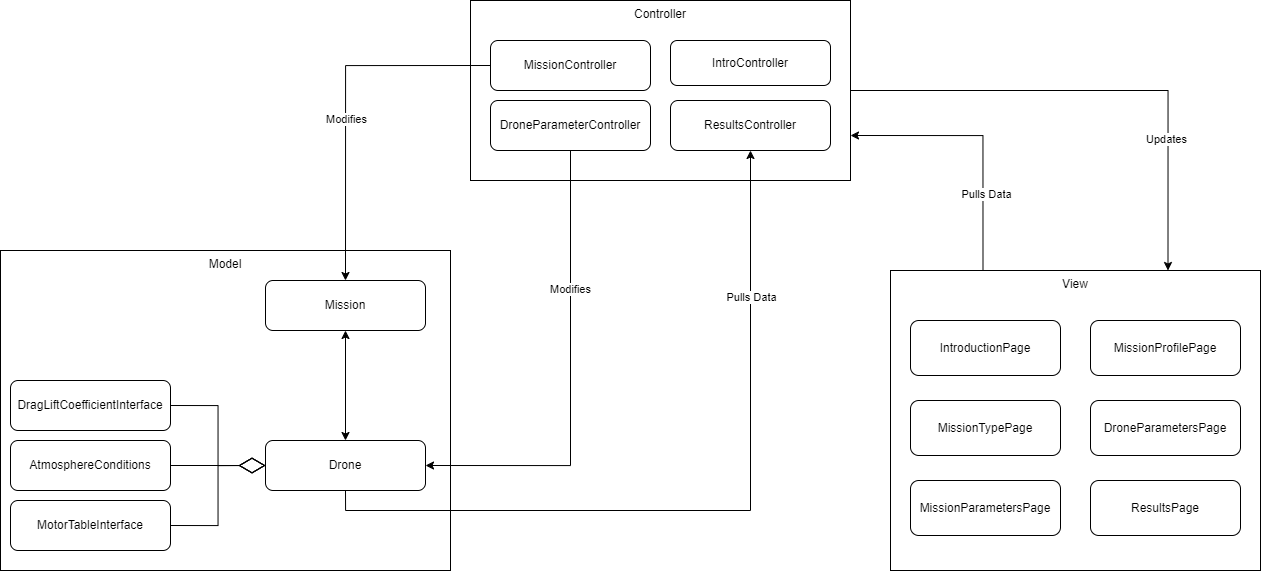
Above: docs/High Level Architecture.drawio.png in Hesham-E/DroneAnalysisApp (draw.io), before the change. Source tidied: cells renumbered, new cells last; positions are measured from the earlier drawing's top-left corner, leaving out a move shared by most shapes.
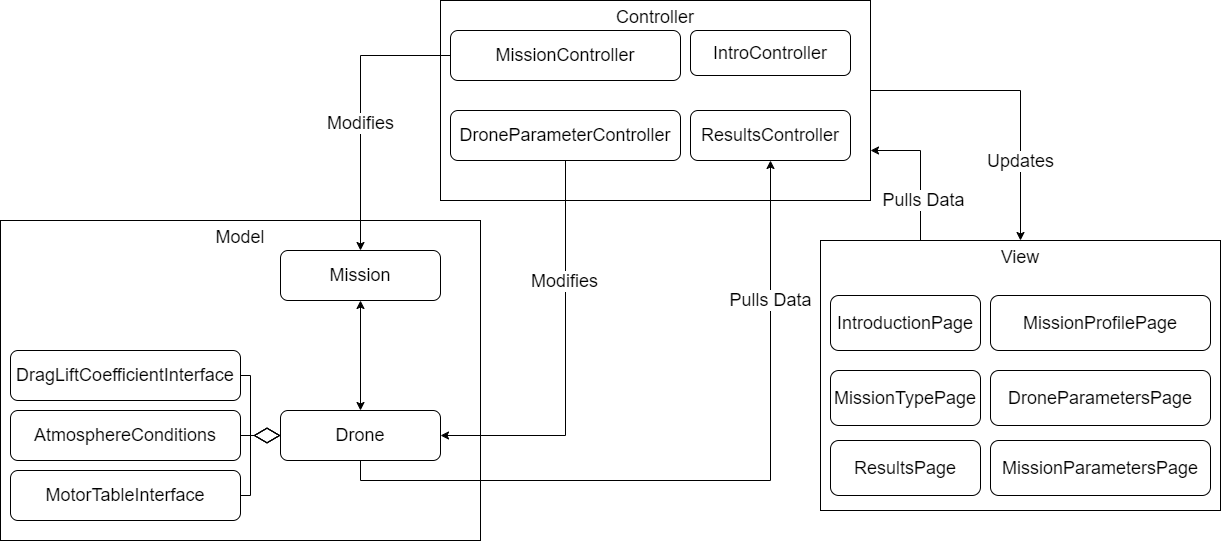
After the change.

The edit, as a diff of the source:
```diff
@@ -2,109 +2,123 @@
   <root>
     <mxCell id="0" />
     <mxCell id="1" parent="0" />
-    <mxCell id="2" style="edgeStyle=orthogonalEdgeStyle;rounded=0;jettySize=auto;html=1;entryX=0.75;entryY=0;entryDx=0;entryDy=0;" parent="1" edge="1" source="4" target="21">
-      <mxGeometry relative="1" as="geometry" />
+    <mxCell id="2" style="edgeStyle=orthogonalEdgeStyle;rounded=0;jettySize=auto;html=1;entryX=0.5;entryY=0;entryDx=0;entryDy=0;" parent="1" edge="1" source="4" target="21">
+      <mxGeometry relative="1" as="geometry">
+        <Array as="points">
+          <mxPoint x="1040" y="120" />
+        </Array>
+      </mxGeometry>
     </mxCell>
-    <mxCell id="3" value="Updates" style="edgeLabel;html=1;align=center;verticalAlign=middle;" parent="2" vertex="1">
+    <mxCell id="3" value="&lt;font style=&quot;font-size: 18px;&quot;&gt;Updates&lt;/font&gt;" style="edgeLabel;html=1;align=center;verticalAlign=middle;" parent="2" vertex="1">
       <mxGeometry x="0.47" y="1" relative="1" as="geometry">
-        <mxPoint x="-3" as="offset" />
+        <mxPoint x="-1" as="offset" />
       </mxGeometry>
     </mxCell>
-    <mxCell id="4" value="Controller" style="rounded=0;whiteSpace=wrap;html=1;verticalAlign=top;" parent="1" vertex="1">
-      <mxGeometry x="470" width="380" height="180" as="geometry" />
+    <mxCell id="4" value="&lt;font style=&quot;font-size: 18px;&quot;&gt;Controller&lt;/font&gt;" style="rounded=0;whiteSpace=wrap;html=1;verticalAlign=top;" parent="1" vertex="1">
+      <mxGeometry x="460" y="30" width="430" height="200" as="geometry" />
     </mxCell>
-    <mxCell id="5" value="Model" style="rounded=0;whiteSpace=wrap;html=1;verticalAlign=top;" parent="1" vertex="1">
-      <mxGeometry y="250" width="450" height="320" as="geometry" />
+    <mxCell id="5" value="&lt;font style=&quot;font-size: 18px;&quot;&gt;Model&lt;/font&gt;" style="rounded=0;whiteSpace=wrap;html=1;verticalAlign=top;" parent="1" vertex="1">
+      <mxGeometry x="20" y="250" width="480" height="320" as="geometry" />
     </mxCell>
     <mxCell id="6" style="edgeStyle=orthogonalEdgeStyle;rounded=0;jettySize=auto;html=1;exitX=0.5;exitY=1;exitDx=0;exitDy=0;" parent="1" edge="1" source="8" target="18">
       <mxGeometry relative="1" as="geometry" />
     </mxCell>
-    <mxCell id="7" value="Pulls Data" style="edgeLabel;html=1;align=center;verticalAlign=middle;" parent="6" vertex="1">
+    <mxCell id="7" value="&lt;font style=&quot;font-size: 18px;&quot;&gt;Pulls Data&lt;/font&gt;" style="edgeLabel;html=1;align=center;verticalAlign=middle;" parent="6" vertex="1">
       <mxGeometry x="0.63" y="-4" relative="1" as="geometry">
         <mxPoint x="-4" as="offset" />
       </mxGeometry>
     </mxCell>
-    <mxCell id="8" value="Drone" style="rounded=1;whiteSpace=wrap;html=1;" parent="1" vertex="1">
-      <mxGeometry x="265" y="440" width="160" height="50" as="geometry" />
+    <mxCell id="8" value="&lt;font style=&quot;font-size: 18px;&quot;&gt;Drone&lt;/font&gt;" style="rounded=1;whiteSpace=wrap;html=1;" parent="1" vertex="1">
+      <mxGeometry x="300" y="440" width="160" height="50" as="geometry" />
     </mxCell>
-    <mxCell id="9" value="AtmosphereConditions" style="rounded=1;whiteSpace=wrap;html=1;" parent="1" vertex="1">
-      <mxGeometry x="10" y="440" width="160" height="50" as="geometry" />
+    <mxCell id="9" value="&lt;font style=&quot;font-size: 18px;&quot;&gt;AtmosphereConditions&lt;/font&gt;" style="rounded=1;whiteSpace=wrap;html=1;" parent="1" vertex="1">
+      <mxGeometry x="30" y="440" width="230" height="50" as="geometry" />
     </mxCell>
-    <mxCell id="10" value="DragLiftCoefficientInterface" style="rounded=1;whiteSpace=wrap;html=1;" parent="1" vertex="1">
-      <mxGeometry x="10" y="380" width="160" height="50" as="geometry" />
+    <mxCell id="10" value="&lt;font style=&quot;font-size: 18px;&quot;&gt;DragLiftCoefficientInterface&lt;/font&gt;" style="rounded=1;whiteSpace=wrap;html=1;" parent="1" vertex="1">
+      <mxGeometry x="30" y="380" width="230" height="50" as="geometry" />
     </mxCell>
     <mxCell id="11" style="edgeStyle=orthogonalEdgeStyle;rounded=0;jettySize=auto;html=1;entryX=0.5;entryY=0;entryDx=0;entryDy=0;endArrow=classic;endFill=1;startArrow=classic;startFill=1;" parent="1" edge="1" source="12" target="8">
       <mxGeometry relative="1" as="geometry" />
     </mxCell>
-    <mxCell id="12" value="Mission" style="rounded=1;whiteSpace=wrap;html=1;" parent="1" vertex="1">
-      <mxGeometry x="265" y="280" width="160" height="50" as="geometry" />
+    <mxCell id="12" value="&lt;font style=&quot;font-size: 18px;&quot;&gt;Mission&lt;/font&gt;" style="rounded=1;whiteSpace=wrap;html=1;" parent="1" vertex="1">
+      <mxGeometry x="300" y="280" width="160" height="50" as="geometry" />
     </mxCell>
-    <mxCell id="13" value="MotorTableInterface" style="rounded=1;whiteSpace=wrap;html=1;" parent="1" vertex="1">
-      <mxGeometry x="10" y="500" width="160" height="50" as="geometry" />
+    <mxCell id="13" value="&lt;font style=&quot;font-size: 18px;&quot;&gt;MotorTableInterface&lt;/font&gt;" style="rounded=1;whiteSpace=wrap;html=1;" parent="1" vertex="1">
+      <mxGeometry x="30" y="500" width="230" height="50" as="geometry" />
     </mxCell>
-    <mxCell id="14" value="IntroController" style="rounded=1;whiteSpace=wrap;html=1;" parent="1" vertex="1">
-      <mxGeometry x="670" y="40" width="160" height="45" as="geometry" />
+    <mxCell id="14" value="&lt;font style=&quot;font-size: 18px;&quot;&gt;IntroController&lt;/font&gt;" style="rounded=1;whiteSpace=wrap;html=1;" parent="1" vertex="1">
+      <mxGeometry x="710" y="60" width="160" height="45" as="geometry" />
     </mxCell>
     <mxCell id="15" style="edgeStyle=orthogonalEdgeStyle;rounded=0;jettySize=auto;html=1;exitX=0;exitY=0.5;exitDx=0;exitDy=0;entryX=0.5;entryY=0;entryDx=0;entryDy=0;" parent="1" edge="1" source="17" target="12">
       <mxGeometry relative="1" as="geometry" />
     </mxCell>
-    <mxCell id="16" value="Modifies" style="edgeLabel;html=1;align=center;verticalAlign=middle;" parent="15" vertex="1">
+    <mxCell id="16" value="&lt;font style=&quot;font-size: 18px;&quot;&gt;Modifies&lt;/font&gt;" style="edgeLabel;html=1;align=center;verticalAlign=middle;" parent="15" vertex="1">
       <mxGeometry x="0.1" y="4" relative="1" as="geometry">
         <mxPoint x="-4" as="offset" />
       </mxGeometry>
     </mxCell>
-    <mxCell id="17" value="MissionController" style="rounded=1;whiteSpace=wrap;html=1;" parent="1" vertex="1">
-      <mxGeometry x="490" y="40" width="160" height="50" as="geometry" />
+    <mxCell id="17" value="&lt;font style=&quot;font-size: 18px;&quot;&gt;MissionController&lt;/font&gt;" style="rounded=1;whiteSpace=wrap;html=1;" parent="1" vertex="1">
+      <mxGeometry x="470" y="60" width="230" height="50" as="geometry" />
     </mxCell>
-    <mxCell id="18" value="ResultsController" style="rounded=1;whiteSpace=wrap;html=1;" parent="1" vertex="1">
-      <mxGeometry x="670" y="100" width="160" height="50" as="geometry" />
+    <mxCell id="18" value="&lt;font style=&quot;font-size: 18px;&quot;&gt;ResultsController&lt;/font&gt;" style="rounded=1;whiteSpace=wrap;html=1;" parent="1" vertex="1">
+      <mxGeometry x="710" y="140" width="160" height="50" as="geometry" />
     </mxCell>
     <mxCell id="19" style="edgeStyle=orthogonalEdgeStyle;rounded=0;jettySize=auto;html=1;exitX=0.25;exitY=0;exitDx=0;exitDy=0;entryX=1;entryY=0.75;entryDx=0;entryDy=0;" parent="1" edge="1" source="21" target="4">
       <mxGeometry relative="1" as="geometry" />
     </mxCell>
-    <mxCell id="20" value="Pulls Data" style="edgeLabel;html=1;align=center;verticalAlign=middle;" parent="19" vertex="1">
+    <mxCell id="20" value="&lt;font style=&quot;font-size: 18px;&quot;&gt;Pulls Data&lt;/font&gt;" style="edgeLabel;html=1;align=center;verticalAlign=middle;" parent="19" vertex="1">
       <mxGeometry x="-0.42" y="3" relative="1" as="geometry">
         <mxPoint x="6" as="offset" />
       </mxGeometry>
     </mxCell>
-    <mxCell id="21" value="View" style="rounded=0;whiteSpace=wrap;html=1;verticalAlign=top;" parent="1" vertex="1">
-      <mxGeometry x="890" y="270" width="370" height="300" as="geometry" />
+    <mxCell id="21" value="&lt;font style=&quot;font-size: 18px;&quot;&gt;View&lt;/font&gt;" style="rounded=0;whiteSpace=wrap;html=1;verticalAlign=top;" parent="1" vertex="1">
+      <mxGeometry x="840" y="270" width="400" height="270" as="geometry" />
     </mxCell>
-    <mxCell id="22" value="DroneParametersPage" style="rounded=1;whiteSpace=wrap;html=1;" parent="1" vertex="1">
-      <mxGeometry x="1090" y="400" width="150" height="55" as="geometry" />
+    <mxCell id="22" value="&lt;font style=&quot;font-size: 18px;&quot;&gt;DroneParametersPage&lt;/font&gt;" style="rounded=1;whiteSpace=wrap;html=1;" parent="1" vertex="1">
+      <mxGeometry x="1010" y="400" width="220" height="55" as="geometry" />
     </mxCell>
-    <mxCell id="23" value="IntroductionPage" style="rounded=1;whiteSpace=wrap;html=1;" parent="1" vertex="1">
-      <mxGeometry x="910" y="320" width="150" height="55" as="geometry" />
+    <mxCell id="23" value="&lt;font style=&quot;font-size: 18px;&quot;&gt;IntroductionPage&lt;/font&gt;" style="rounded=1;whiteSpace=wrap;html=1;" parent="1" vertex="1">
+      <mxGeometry x="850" y="325" width="150" height="55" as="geometry" />
     </mxCell>
-    <mxCell id="24" value="MissionParametersPage" style="rounded=1;whiteSpace=wrap;html=1;" parent="1" vertex="1">
-      <mxGeometry x="910" y="480" width="150" height="55" as="geometry" />
+    <mxCell id="24" value="&lt;font style=&quot;font-size: 18px;&quot;&gt;MissionParametersPage&lt;/font&gt;" style="rounded=1;whiteSpace=wrap;html=1;" parent="1" vertex="1">
+      <mxGeometry x="1010" y="470" width="220" height="55" as="geometry" />
     </mxCell>
-    <mxCell id="25" value="MissionProfilePage" style="rounded=1;whiteSpace=wrap;html=1;" parent="1" vertex="1">
-      <mxGeometry x="1090" y="320" width="150" height="55" as="geometry" />
+    <mxCell id="25" value="&lt;font style=&quot;font-size: 18px;&quot;&gt;MissionProfilePage&lt;/font&gt;" style="rounded=1;whiteSpace=wrap;html=1;" parent="1" vertex="1">
+      <mxGeometry x="1010" y="325" width="220" height="55" as="geometry" />
     </mxCell>
-    <mxCell id="26" value="MissionTypePage" style="rounded=1;whiteSpace=wrap;html=1;" parent="1" vertex="1">
-      <mxGeometry x="910" y="400" width="150" height="55" as="geometry" />
+    <mxCell id="26" value="&lt;font style=&quot;font-size: 18px;&quot;&gt;MissionTypePage&lt;/font&gt;" style="rounded=1;whiteSpace=wrap;html=1;" parent="1" vertex="1">
+      <mxGeometry x="850" y="400" width="150" height="55" as="geometry" />
     </mxCell>
-    <mxCell id="27" value="ResultsPage" style="rounded=1;whiteSpace=wrap;html=1;" parent="1" vertex="1">
-      <mxGeometry x="1090" y="480" width="150" height="55" as="geometry" />
+    <mxCell id="27" value="&lt;font style=&quot;font-size: 18px;&quot;&gt;ResultsPage&lt;/font&gt;" style="rounded=1;whiteSpace=wrap;html=1;" parent="1" vertex="1">
+      <mxGeometry x="850" y="470" width="150" height="55" as="geometry" />
     </mxCell>
     <mxCell id="28" style="endArrow=diamondThin;endFill=0;endSize=24;html=1;rounded=0;exitX=1;exitY=0.5;exitDx=0;exitDy=0;entryX=0;entryY=0.5;entryDx=0;entryDy=0;edgeStyle=orthogonalEdgeStyle;" parent="1" edge="1" source="10" target="8">
-      <mxGeometry relative="1" as="geometry" />
+      <mxGeometry relative="1" as="geometry">
+        <Array as="points">
+          <mxPoint x="270" y="405" />
+          <mxPoint x="270" y="465" />
+        </Array>
+      </mxGeometry>
     </mxCell>
     <mxCell id="29" style="endArrow=diamondThin;endFill=0;endSize=24;html=1;rounded=0;exitX=1;exitY=0.5;exitDx=0;exitDy=0;entryX=0;entryY=0.5;entryDx=0;entryDy=0;edgeStyle=orthogonalEdgeStyle;" parent="1" edge="1" source="9" target="8">
       <mxGeometry relative="1" as="geometry" />
     </mxCell>
     <mxCell id="30" style="endArrow=diamondThin;endFill=0;endSize=24;html=1;rounded=0;exitX=1;exitY=0.5;exitDx=0;exitDy=0;entryX=0;entryY=0.5;entryDx=0;entryDy=0;edgeStyle=orthogonalEdgeStyle;" parent="1" edge="1" source="13" target="8">
-      <mxGeometry relative="1" as="geometry" />
+      <mxGeometry relative="1" as="geometry">
+        <Array as="points">
+          <mxPoint x="270" y="525" />
+          <mxPoint x="270" y="465" />
+        </Array>
+      </mxGeometry>
     </mxCell>
     <mxCell id="31" style="edgeStyle=orthogonalEdgeStyle;rounded=0;jettySize=auto;html=1;exitX=0.5;exitY=1;exitDx=0;exitDy=0;entryX=1;entryY=0.5;entryDx=0;entryDy=0;" parent="1" edge="1" source="33" target="8">
       <mxGeometry relative="1" as="geometry" />
     </mxCell>
-    <mxCell id="32" value="Modifies" style="edgeLabel;html=1;align=center;verticalAlign=middle;" parent="31" vertex="1">
+    <mxCell id="32" value="&lt;font style=&quot;font-size: 18px;&quot;&gt;Modifies&lt;/font&gt;" style="edgeLabel;html=1;align=center;verticalAlign=middle;" parent="31" vertex="1">
       <mxGeometry x="-0.4" y="-1" relative="1" as="geometry" />
     </mxCell>
-    <mxCell id="33" value="DroneParameterController" style="rounded=1;whiteSpace=wrap;html=1;" parent="1" vertex="1">
-      <mxGeometry x="490" y="100" width="160" height="50" as="geometry" />
+    <mxCell id="33" value="&lt;font style=&quot;font-size: 18px;&quot;&gt;DroneParameterController&lt;/font&gt;" style="rounded=1;whiteSpace=wrap;html=1;" parent="1" vertex="1">
+      <mxGeometry x="470" y="140" width="230" height="50" as="geometry" />
     </mxCell>
   </root>
 </mxGraphModel>
```
